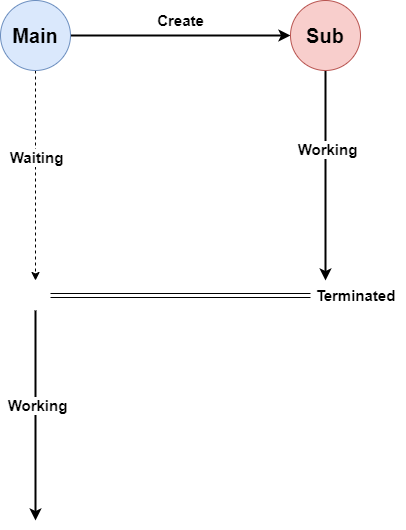
Above: img/etc/concept-sync-async-blocking-non-blocking-1.drawio.png in windowforsun/blog (draw.io), before the change. Source tidied: cells renumbered, new cells last; positions are measured from the earlier drawing's top-left corner, leaving out a move shared by most shapes.
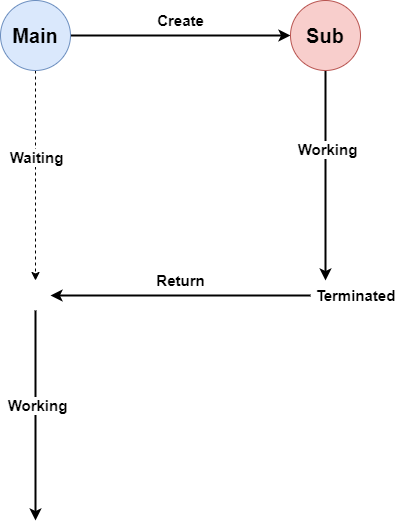
Above is the later version.

What changed in the source:
```diff
@@ -26,7 +26,7 @@
     <mxCell id="9" value="&lt;font style=&quot;font-size: 15px&quot;&gt;&lt;b&gt;Create&lt;/b&gt;&lt;/font&gt;" style="text;html=1;align=center;verticalAlign=middle;strokeColor=none;fillColor=none;" parent="1" vertex="1">
       <mxGeometry x="150" y="10" width="60" height="20" as="geometry" />
     </mxCell>
-    <mxCell id="10" style="edgeStyle=orthogonalEdgeStyle;rounded=0;jettySize=auto;html=1;entryX=1;entryY=0.5;entryDx=0;entryDy=0;strokeColor=default;strokeWidth=1;shape=link;" parent="1" edge="1" source="11" target="14">
+    <mxCell id="10" style="edgeStyle=orthogonalEdgeStyle;rounded=0;jettySize=auto;html=1;entryX=1;entryY=0.5;entryDx=0;entryDy=0;strokeColor=default;strokeWidth=2;" parent="1" edge="1" source="11" target="14">
       <mxGeometry relative="1" as="geometry" />
     </mxCell>
     <mxCell id="11" style="ellipse;whiteSpace=wrap;html=1;fillColor=none;strokeColor=none;" parent="1" vertex="1">
@@ -46,5 +46,8 @@
     <mxCell id="15" value="&lt;font style=&quot;font-size: 15px&quot;&gt;&lt;b&gt;Terminated&lt;/b&gt;&lt;/font&gt;" style="text;html=1;align=center;verticalAlign=middle;strokeColor=none;fillColor=none;" parent="1" vertex="1">
       <mxGeometry x="305" y="285" width="100" height="20" as="geometry" />
     </mxCell>
+    <mxCell id="16" value="&lt;b&gt;&lt;font style=&quot;font-size: 15px&quot;&gt;Return&lt;/font&gt;&lt;/b&gt;" style="text;html=1;align=center;verticalAlign=middle;strokeColor=none;fillColor=none;" parent="1" vertex="1">
+      <mxGeometry x="150" y="270" width="60" height="20" as="geometry" />
+    </mxCell>
   </root>
 </mxGraphModel>
```
